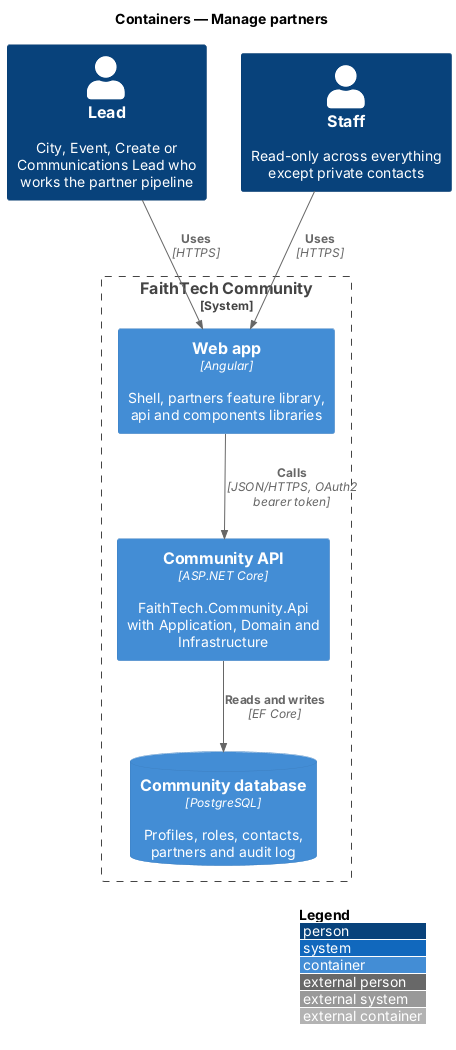
This is docs/detailed-designs/partners/manage-partners/diagrams/c4-container.png from QuinntyneBrown/faithtech-community, a PlantUML export, as it was before one commit. Its diagram source:
```plantuml
@startuml
!include <C4/C4_Container>
LAYOUT_WITH_LEGEND()
title Containers — Manage partners
Person(lead, "Lead", "City, Event, Create or Communications Lead who works the partner pipeline")
Person(staff, "Staff", "Read-only across everything except private contacts")
System_Boundary(community, "FaithTech Community") {
  Container(web, "Web app", "Angular", "Shell, partners feature library, api and components libraries")
  Container(api, "Community API", "ASP.NET Core", "FaithTech.Community.Api with Application, Domain and Infrastructure")
  ContainerDb(db, "Community database", "PostgreSQL", "Profiles, roles, contacts, partners and audit log")
}
Rel(lead, web, "Uses", "HTTPS")
Rel(staff, web, "Uses", "HTTPS")
Rel(web, api, "Calls", "JSON/HTTPS, OAuth2 bearer token")
Rel(api, db, "Reads and writes", "EF Core")
@enduml
```
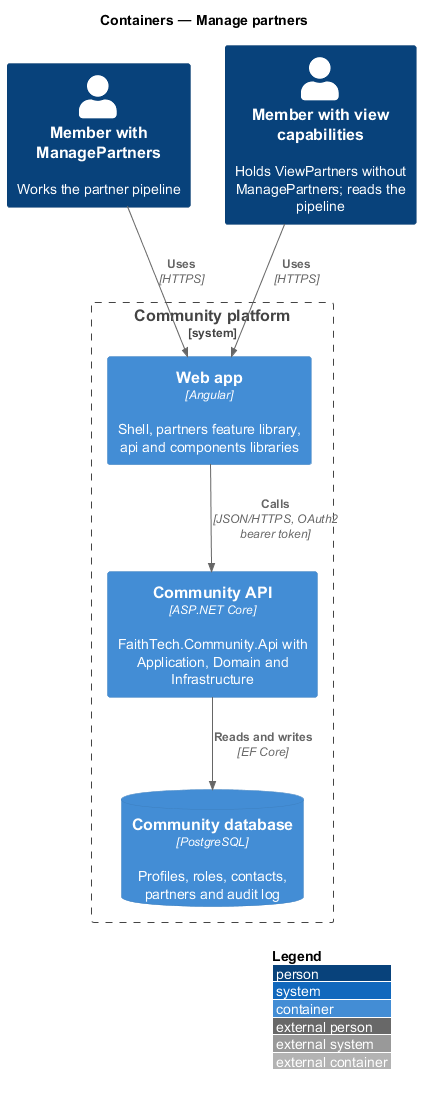
After the change.

Change to the diagram source:
```diff
@@ -2,9 +2,9 @@
 !include <C4/C4_Container>
 LAYOUT_WITH_LEGEND()
 title Containers — Manage partners
-Person(lead, "Lead", "City, Event, Create or Communications Lead who works the partner pipeline")
-Person(staff, "Staff", "Read-only across everything except private contacts")
-System_Boundary(community, "FaithTech Community") {
+Person(lead, "Member with ManagePartners", "Works the partner pipeline")
+Person(staff, "Member with view capabilities", "Holds ViewPartners without ManagePartners; reads the pipeline")
+System_Boundary(community, "Community platform") {
   Container(web, "Web app", "Angular", "Shell, partners feature library, api and components libraries")
   Container(api, "Community API", "ASP.NET Core", "FaithTech.Community.Api with Application, Domain and Infrastructure")
   ContainerDb(db, "Community database", "PostgreSQL", "Profiles, roles, contacts, partners and audit log")
```
